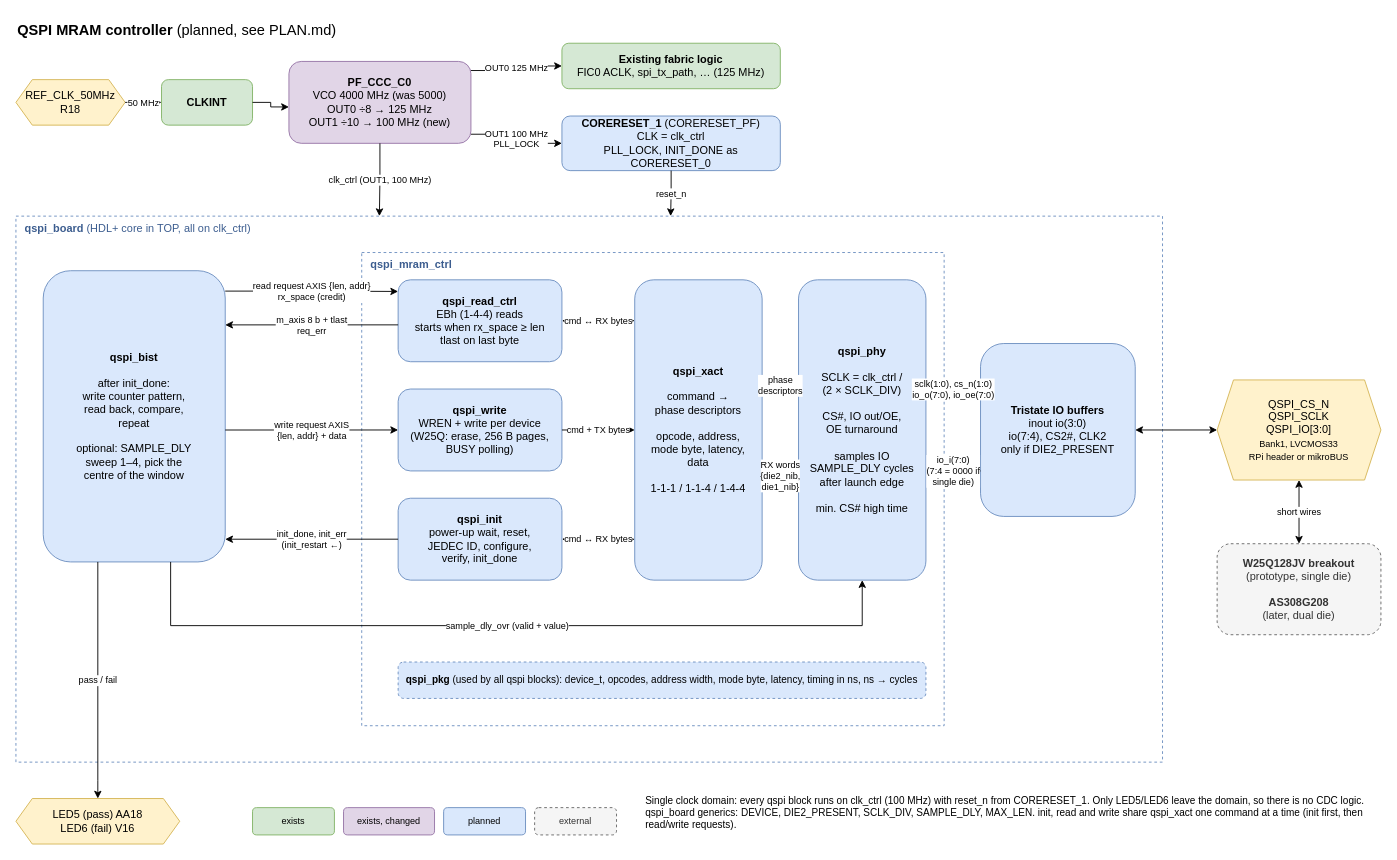
Before: documentation/qspi_controller.drawio in jenswilly/polarfire_simple, a draw.io diagram. Source tidied: cells renumbered, new cells numbered last; positions are measured from the earlier drawing's top-left corner, leaving out a move shared by most shapes. Both pictures are drawn from the tidied source at 91%, with x=0, y=0 at pixel (15, 15).
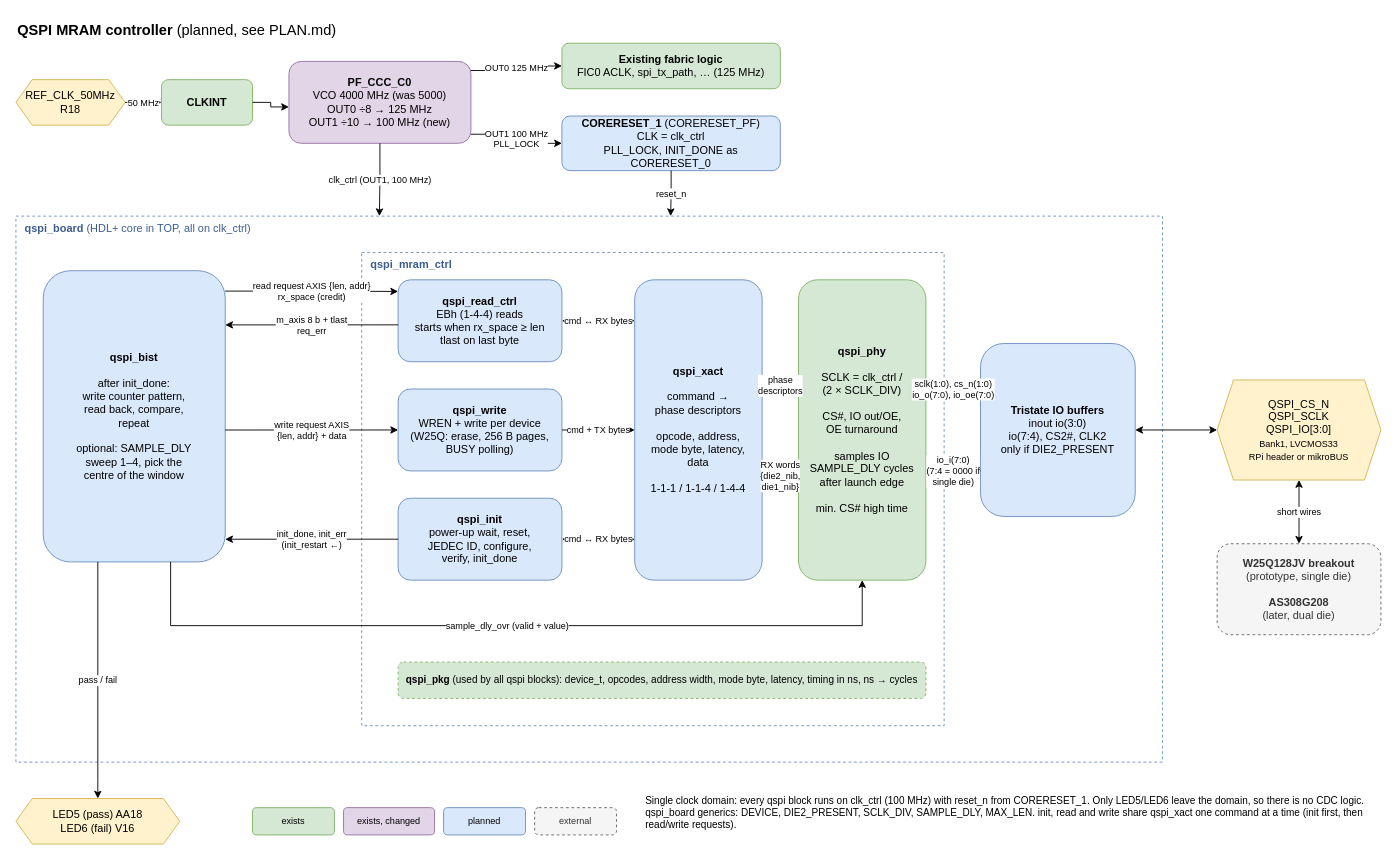
Above is the later version.

Commit message (it also covers changes not shown here):
Step 3 done: QSPI PHY

Change to the diagram source:
```diff
@@
-    <mxCell id="21" value="&lt;b&gt;qspi_phy&lt;/b&gt;&lt;br&gt;&lt;br&gt;SCLK = clk_ctrl /&lt;br&gt;(2 × SCLK_DIV)&lt;br&gt;&lt;br&gt;CS#, IO out/OE,&lt;br&gt;OE turnaround&lt;br&gt;&lt;br&gt;samples IO&lt;br&gt;SAMPLE_DLY cycles&lt;br&gt;after launch edge&lt;br&gt;&lt;br&gt;min. CS# high time" style="rounded=1;whiteSpace=wrap;html=1;fillColor=#dae8fc;strokeColor=#6c8ebf;" parent="1" vertex="1">
+    <mxCell id="21" value="&lt;b&gt;qspi_phy&lt;/b&gt;&lt;br&gt;&lt;br&gt;SCLK = clk_ctrl /&lt;br&gt;(2 × SCLK_DIV)&lt;br&gt;&lt;br&gt;CS#, IO out/OE,&lt;br&gt;OE turnaround&lt;br&gt;&lt;br&gt;samples IO&lt;br&gt;SAMPLE_DLY cycles&lt;br&gt;after launch edge&lt;br&gt;&lt;br&gt;min. CS# high time" style="rounded=1;whiteSpace=wrap;html=1;fillColor=#d5e8d4;strokeColor=#82b366;" parent="1" vertex="1">
       <mxGeometry x="860" y="290" width="140" height="330" as="geometry" />
     </mxCell>
-    <mxCell id="22" value="&lt;b&gt;qspi_pkg&lt;/b&gt; (used by all qspi blocks): device_t, opcodes, address width, mode byte, latency, timing in ns, ns → cycles" style="rounded=1;whiteSpace=wrap;html=1;fillColor=#dae8fc;strokeColor=#6c8ebf;dashed=1;fontSize=11;" parent="1" vertex="1">
+    <mxCell id="22" value="&lt;b&gt;qspi_pkg&lt;/b&gt; (used by all qspi blocks): device_t, opcodes, address width, mode byte, latency, timing in ns, ns → cycles" style="rounded=1;whiteSpace=wrap;html=1;fillColor=#d5e8d4;strokeColor=#82b366;dashed=1;fontSize=11;" parent="1" vertex="1">
       <mxGeometry x="420" y="710" width="580" height="40" as="geometry" />
     </mxCell>
```
